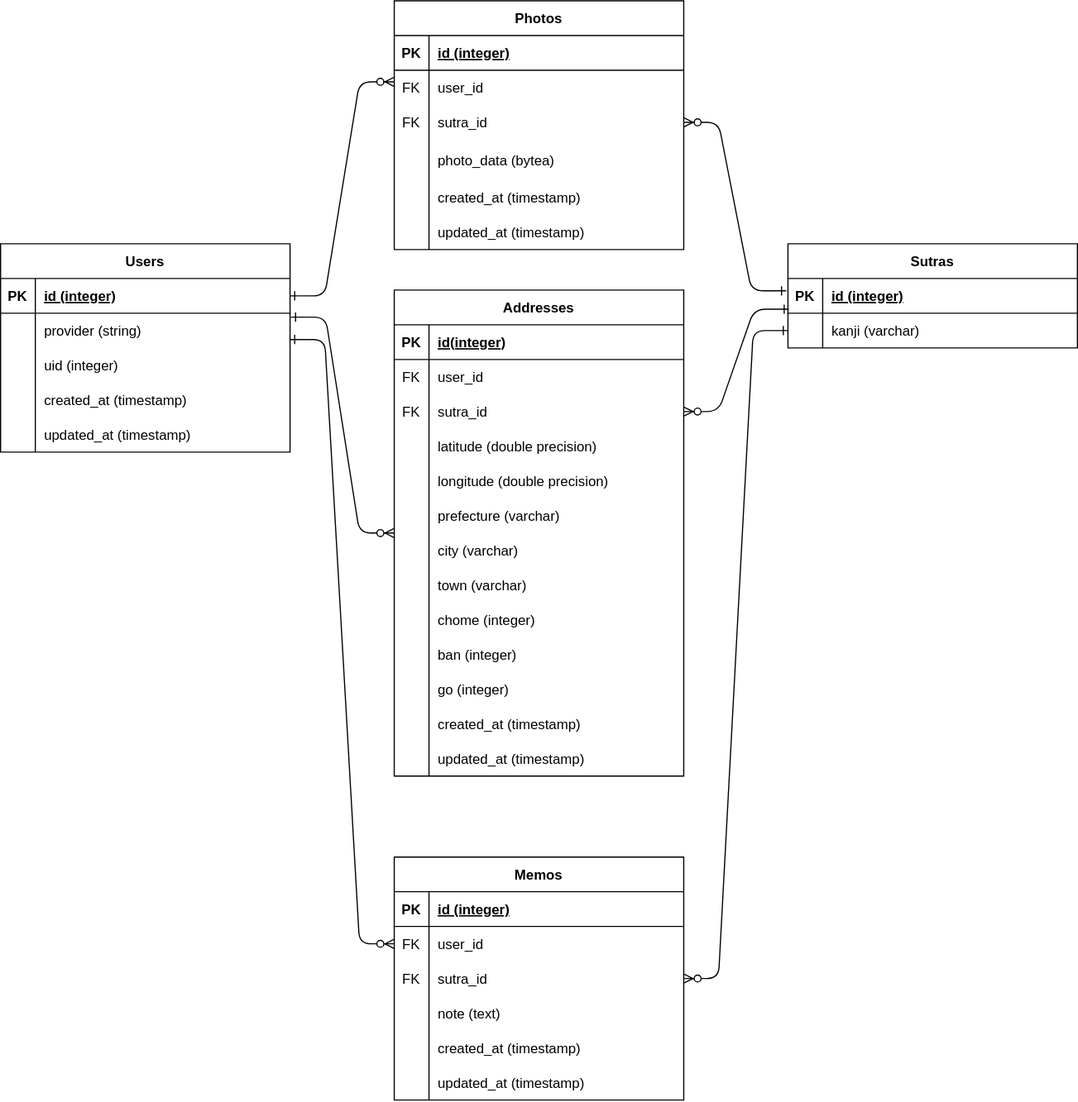
Before: outdoor-heart-sutra.drawio.svg, a diagram exported from draw.io (shirotamaki/entity-relationship-diagram). Source tidied: cells renumbered, new cells last; positions are measured from the earlier drawing's top-left corner, leaving out a move shared by most shapes.
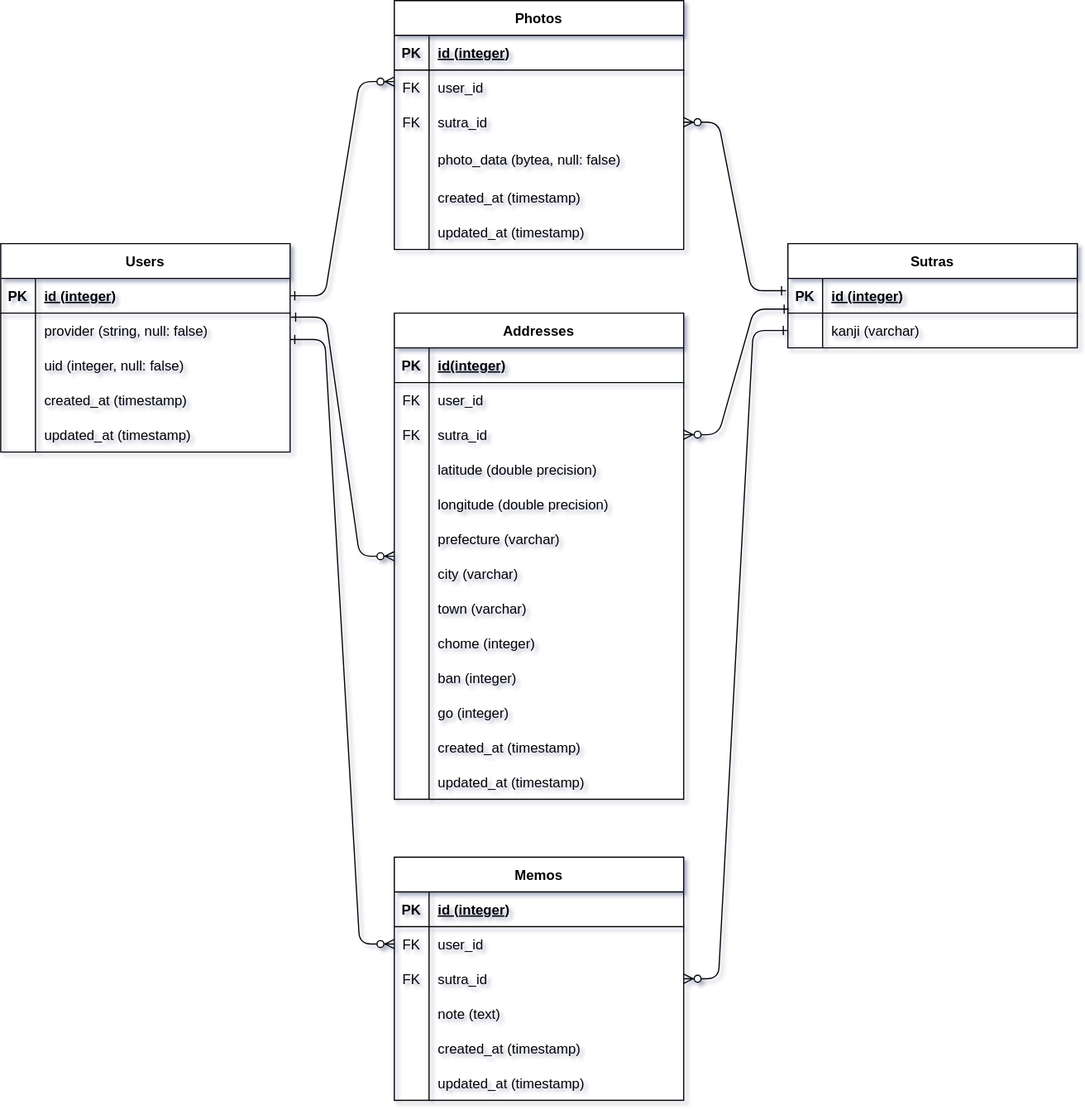
After the change.

Commit message:
outdoor-heart-sutra.drawio.svg を追加しました。

The edit, as a diff of the source:
```diff
@@ -38,7 +38,7 @@
     <mxCell id="13" style="shape=partialRectangle;overflow=hidden;fillColor=none;top=0;left=0;bottom=0;right=0;" parent="12" vertex="1">
       <mxGeometry width="30" height="35" as="geometry" />
     </mxCell>
-    <mxCell id="14" value="photo_data (bytea)" style="shape=partialRectangle;overflow=hidden;fillColor=none;top=0;left=0;bottom=0;right=0;align=left;spacingLeft=6;" parent="12" vertex="1">
+    <mxCell id="14" value="photo_data (bytea, null: false)" style="shape=partialRectangle;overflow=hidden;fillColor=none;top=0;left=0;bottom=0;right=0;align=left;spacingLeft=6;" parent="12" vertex="1">
       <mxGeometry x="30" width="220" height="35" as="geometry" />
     </mxCell>
     <mxCell id="15" style="shape=partialRectangle;fillColor=none;top=0;left=0;right=0;bottom=0;" parent="2" vertex="1">
@@ -60,7 +60,7 @@
       <mxGeometry x="30" width="220" height="30" as="geometry" />
     </mxCell>
     <mxCell id="21" value="Addresses" style="shape=table;startSize=30;rowLines=0;fontStyle=1;align=center;" parent="1" vertex="1">
-      <mxGeometry x="340" y="250" width="250" height="420" as="geometry" />
+      <mxGeometry x="340" y="270" width="250" height="420" as="geometry" />
     </mxCell>
     <mxCell id="22" style="shape=partialRectangle;fillColor=none;top=0;left=0;right=0;bottom=1;" parent="21" vertex="1">
       <mxGeometry y="30" width="250" height="30" as="geometry" />
@@ -197,7 +197,7 @@
     <mxCell id="66" style="shape=partialRectangle;overflow=hidden;fillColor=none;top=0;left=0;bottom=0;right=0;" parent="65" vertex="1">
       <mxGeometry width="30" height="30" as="geometry" />
     </mxCell>
-    <mxCell id="67" value="provider (string)" style="shape=partialRectangle;overflow=hidden;fillColor=none;top=0;left=0;bottom=0;right=0;align=left;spacingLeft=6;" parent="65" vertex="1">
+    <mxCell id="67" value="provider (string, null: false)" style="shape=partialRectangle;overflow=hidden;fillColor=none;top=0;left=0;bottom=0;right=0;align=left;spacingLeft=6;" parent="65" vertex="1">
       <mxGeometry x="30" width="220" height="30" as="geometry" />
     </mxCell>
     <mxCell id="68" style="shape=partialRectangle;fillColor=none;top=0;left=0;right=0;bottom=0;" parent="61" vertex="1">
@@ -206,7 +206,7 @@
     <mxCell id="69" style="shape=partialRectangle;overflow=hidden;fillColor=none;top=0;left=0;bottom=0;right=0;" parent="68" vertex="1">
       <mxGeometry width="30" height="30" as="geometry" />
     </mxCell>
-    <mxCell id="70" value="uid (integer)" style="shape=partialRectangle;overflow=hidden;fillColor=none;top=0;left=0;bottom=0;right=0;align=left;spacingLeft=6;" parent="68" vertex="1">
+    <mxCell id="70" value="uid (integer, null: false)" style="shape=partialRectangle;overflow=hidden;fillColor=none;top=0;left=0;bottom=0;right=0;align=left;spacingLeft=6;" parent="68" vertex="1">
       <mxGeometry x="30" width="220" height="30" as="geometry" />
     </mxCell>
     <mxCell id="71" style="shape=partialRectangle;fillColor=none;top=0;left=0;right=0;bottom=0;" parent="61" vertex="1">
```
